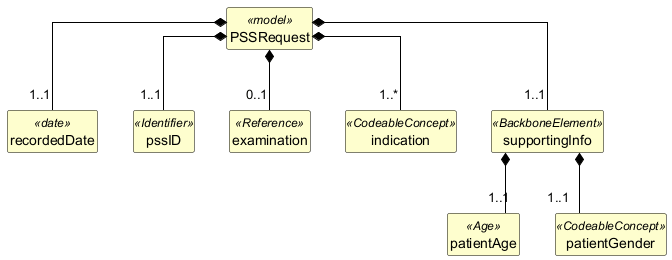
caresets/caresets-src keeps this PlantUML diagram as exports/diagrams/PSSRequest-uml.png. Above is the earlier version. Its diagram source:
```plantuml
@startuml
skinparam shadowing false
skinparam classAttributeIconSize 0
skinparam linetype ortho
skinparam class {
  BackgroundColor #FEFECE
  BorderColor #000000
  ArrowColor #000000
  FontStyle bold
  AttributeFontStyle normal
}
hide circle
hide empty members

class "PSSRequest" as PSSRequest <<model>> {
}

class "recordedDate" as PSSRequest_recordedDate <<date>> {
}

class "pssID" as PSSRequest_pssID <<Identifier>> {
}

class "examination" as PSSRequest_examination <<Reference>> {
}

class "indication" as PSSRequest_indication <<CodeableConcept>> {
}

class "supportingInfo" as PSSRequest_supportingInfo <<BackboneElement>> {
}

class "patientAge" as PSSRequest_supportingInfo_patientAge <<Age>> {
}

class "patientGender" as PSSRequest_supportingInfo_patientGender <<CodeableConcept>> {
}

PSSRequest *-- "1..1" PSSRequest_recordedDate
PSSRequest *-- "1..1" PSSRequest_pssID
PSSRequest *-- "0..1" PSSRequest_examination
PSSRequest *-- "1..*" PSSRequest_indication
PSSRequest *-- "1..1" PSSRequest_supportingInfo
PSSRequest_supportingInfo *-- "1..1" PSSRequest_supportingInfo_patientAge
PSSRequest_supportingInfo *-- "1..1" PSSRequest_supportingInfo_patientGender
@enduml
```
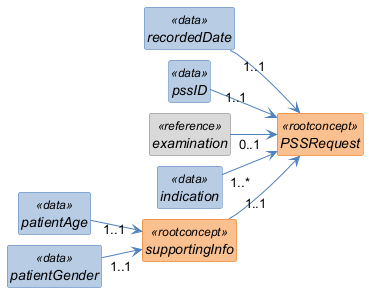
The same diagram one commit later.

Diff of the diagram source:
```diff
@@ -1,46 +1,53 @@
 @startuml
+left to right direction
 skinparam shadowing false
+skinparam nodesep 10
+skinparam ranksep 40
 skinparam classAttributeIconSize 0
-skinparam linetype ortho
 skinparam class {
-  BackgroundColor #FEFECE
-  BorderColor #000000
-  ArrowColor #000000
-  FontStyle bold
-  AttributeFontStyle normal
+  FontStyle italic
+  BackgroundColor<<rootconcept>> #FAC08F
+  BorderColor<<rootconcept>> #E36C0A
+  BackgroundColor<<data>> #B8CCE4
+  BorderColor<<data>> #4F81BD
+  BackgroundColor<<reference>> #D9D9D9
+  BorderColor<<reference>> #808080
+  BackgroundColor<<value set>> #C3D69B
+  BorderColor<<value set>> #77933C
+  ArrowColor #4F81BD
 }
 hide circle
 hide empty members
 
-class "PSSRequest" as PSSRequest <<model>> {
+class "PSSRequest" as PSSRequest <<rootconcept>> {
 }
 
-class "recordedDate" as PSSRequest_recordedDate <<date>> {
+class "recordedDate" as PSSRequest_recordedDate <<data>> {
 }
 
-class "pssID" as PSSRequest_pssID <<Identifier>> {
+class "pssID" as PSSRequest_pssID <<data>> {
 }
 
-class "examination" as PSSRequest_examination <<Reference>> {
+class "examination" as PSSRequest_examination <<reference>> {
 }
 
-class "indication" as PSSRequest_indication <<CodeableConcept>> {
+class "indication" as PSSRequest_indication <<data>> {
 }
 
-class "supportingInfo" as PSSRequest_supportingInfo <<BackboneElement>> {
+class "supportingInfo" as PSSRequest_supportingInfo <<rootconcept>> {
 }
 
-class "patientAge" as PSSRequest_supportingInfo_patientAge <<Age>> {
+class "patientAge" as PSSRequest_supportingInfo_patientAge <<data>> {
 }
 
-class "patientGender" as PSSRequest_supportingInfo_patientGender <<CodeableConcept>> {
+class "patientGender" as PSSRequest_supportingInfo_patientGender <<data>> {
 }
 
-PSSRequest *-- "1..1" PSSRequest_recordedDate
-PSSRequest *-- "1..1" PSSRequest_pssID
-PSSRequest *-- "0..1" PSSRequest_examination
-PSSRequest *-- "1..*" PSSRequest_indication
-PSSRequest *-- "1..1" PSSRequest_supportingInfo
-PSSRequest_supportingInfo *-- "1..1" PSSRequest_supportingInfo_patientAge
-PSSRequest_supportingInfo *-- "1..1" PSSRequest_supportingInfo_patientGender
+PSSRequest_recordedDate "1..1" --> PSSRequest
+PSSRequest_pssID "1..1" --> PSSRequest
+PSSRequest_examination "0..1" --> PSSRequest
+PSSRequest_indication "1..*" --> PSSRequest
+PSSRequest_supportingInfo "1..1" --> PSSRequest
+PSSRequest_supportingInfo_patientAge "1..1" --> PSSRequest_supportingInfo
+PSSRequest_supportingInfo_patientGender "1..1" --> PSSRequest_supportingInfo
 @enduml
```
